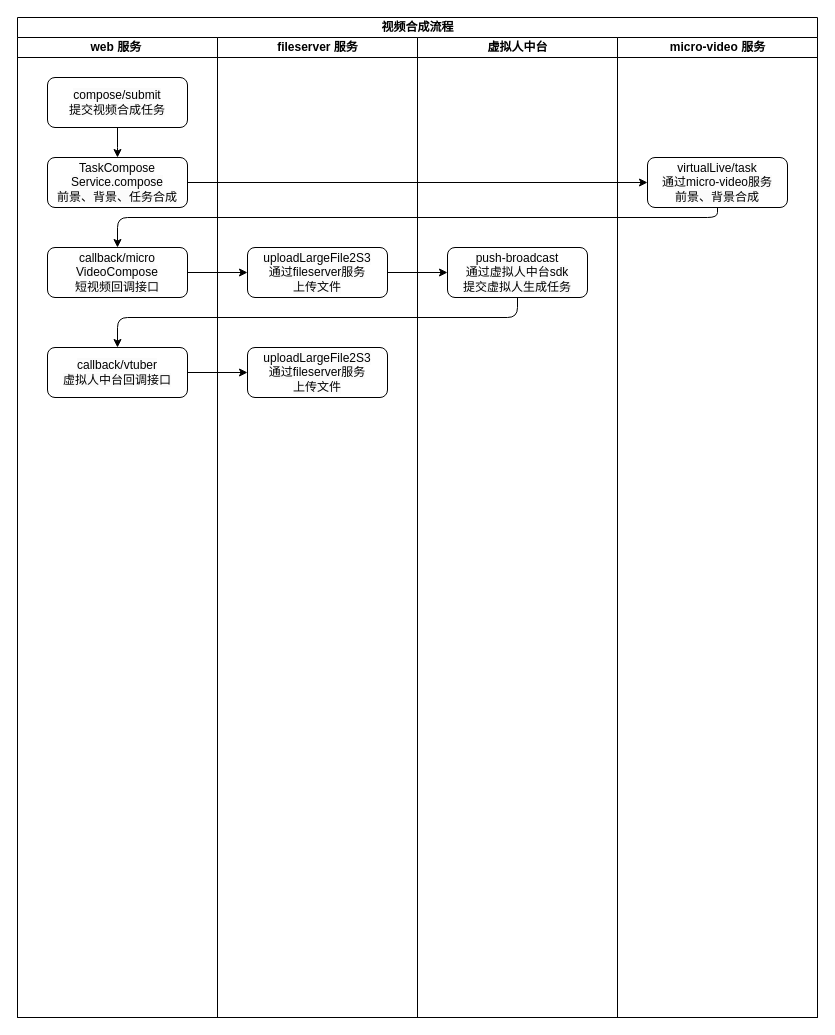
The draw.io diagram 流程1.drawio in govvc/ML_CLASS_FILE, before the edit. Source tidied: cells renumbered, new cells numbered last; positions are measured from the earlier drawing's top-left corner, leaving out a move shared by most shapes. Both pictures are drawn from the tidied source at 100%, with x=0, y=0 at pixel (17, 17).
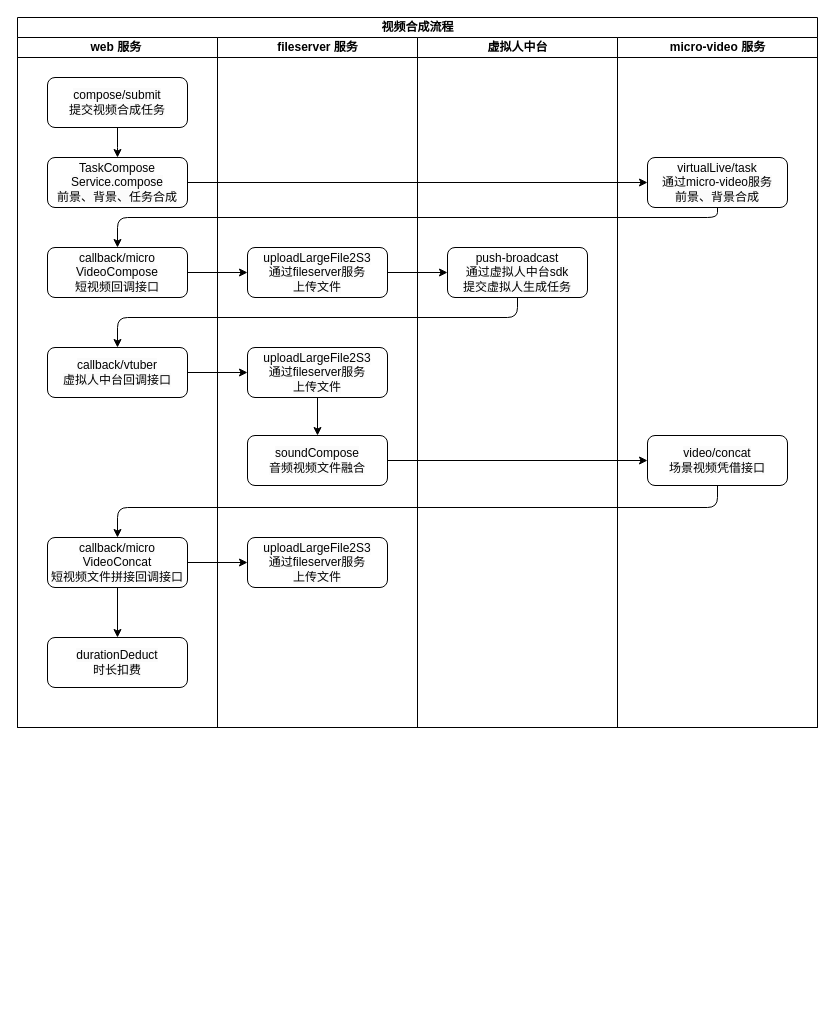
The same page after the edit.

The change refers to these unchanged cells:
```xml
<mxCell id="11" value="&lt;span style=&quot;color: rgb(0, 0, 0); font-family: Helvetica; font-size: 12px; font-style: normal; font-variant-ligatures: normal; font-variant-caps: normal; font-weight: 400; letter-spacing: normal; orphans: 2; text-indent: 0px; text-transform: none; widows: 2; word-spacing: 0px; -webkit-text-stroke-width: 0px; background-color: rgb(251, 251, 251); text-decoration-thickness: initial; text-decoration-style: initial; text-decoration-color: initial; float: none; display: inline !important;&quot;&gt;uploadLargeFile2S3&lt;br style=&quot;border-color: var(--border-color);&quot;&gt;通过fileserver服务&lt;br style=&quot;border-color: var(--border-color);&quot;&gt;上传文件&lt;br&gt;&lt;/span&gt;" style="rounded=1;whiteSpace=wrap;html=1;align=center;" parent="9" vertex="1">
  <mxGeometry x="30" y="310" width="140" height="50" as="geometry" />
</mxCell>
```

Diff of the diagram source:
```diff
@@
     <mxCell id="2" value="视频合成流程" style="swimlane;startSize=20;html=1;" parent="1" vertex="1">
-      <mxGeometry width="800" height="1000" as="geometry" />
+      <mxGeometry width="800" height="710" as="geometry" />
     </mxCell>
     <mxCell id="3" value="web 服务&lt;span style=&quot;white-space: pre;&quot;&gt; &lt;/span&gt;" style="swimlane;startSize=20;html=1;" parent="2" vertex="1">
-      <mxGeometry y="20" width="200" height="980" as="geometry" />
+      <mxGeometry y="20" width="200" height="690" as="geometry" />
     </mxCell>
@@
+    <mxCell id="22" style="edgeStyle=orthogonalEdgeStyle;rounded=0;jettySize=auto;html=1;" parent="3" edge="1" source="23" target="24">
+      <mxGeometry relative="1" as="geometry" />
+    </mxCell>
+    <mxCell id="23" value="&lt;span style=&quot;color: rgb(0, 0, 0); font-family: Helvetica; font-size: 12px; font-style: normal; font-variant-ligatures: normal; font-variant-caps: normal; font-weight: 400; letter-spacing: normal; orphans: 2; text-indent: 0px; text-transform: none; widows: 2; word-spacing: 0px; -webkit-text-stroke-width: 0px; background-color: rgb(251, 251, 251); text-decoration-thickness: initial; text-decoration-style: initial; text-decoration-color: initial; float: none; display: inline !important;&quot;&gt;callback/micro&lt;br&gt;VideoConcat&lt;br&gt;短视频文件拼接回调接口&lt;br&gt;&lt;/span&gt;" style="rounded=1;whiteSpace=wrap;html=1;align=center;" parent="3" vertex="1">
+      <mxGeometry x="30" y="500" width="140" height="50" as="geometry" />
+    </mxCell>
+    <mxCell id="24" value="&lt;span style=&quot;color: rgb(0, 0, 0); font-family: Helvetica; font-size: 12px; font-style: normal; font-variant-ligatures: normal; font-variant-caps: normal; font-weight: 400; letter-spacing: normal; orphans: 2; text-indent: 0px; text-transform: none; widows: 2; word-spacing: 0px; -webkit-text-stroke-width: 0px; background-color: rgb(251, 251, 251); text-decoration-thickness: initial; text-decoration-style: initial; text-decoration-color: initial; float: none; display: inline !important;&quot;&gt;durationDeduct&lt;br&gt;时长扣费&lt;br&gt;&lt;/span&gt;" style="rounded=1;whiteSpace=wrap;html=1;align=center;" parent="3" vertex="1">
+      <mxGeometry x="30" y="600" width="140" height="50" as="geometry" />
+    </mxCell>
     <mxCell id="9" value="fileserver 服务" style="swimlane;startSize=20;html=1;" parent="2" vertex="1">
-      <mxGeometry x="200" y="20" width="200" height="980" as="geometry" />
+      <mxGeometry x="200" y="20" width="200" height="690" as="geometry" />
     </mxCell>
@@
+    <mxCell id="25" style="edgeStyle=orthogonalEdgeStyle;rounded=0;jettySize=auto;html=1;" parent="9" edge="1" source="11" target="26">
+      <mxGeometry relative="1" as="geometry" />
+    </mxCell>
@@
+    <mxCell id="26" value="&lt;span style=&quot;color: rgb(0, 0, 0); font-family: Helvetica; font-size: 12px; font-style: normal; font-variant-ligatures: normal; font-variant-caps: normal; font-weight: 400; letter-spacing: normal; orphans: 2; text-indent: 0px; text-transform: none; widows: 2; word-spacing: 0px; -webkit-text-stroke-width: 0px; background-color: rgb(251, 251, 251); text-decoration-thickness: initial; text-decoration-style: initial; text-decoration-color: initial; float: none; display: inline !important;&quot;&gt;soundCompose&lt;br&gt;音频视频文件融合&lt;br&gt;&lt;/span&gt;" style="rounded=1;whiteSpace=wrap;html=1;align=center;" parent="9" vertex="1">
+      <mxGeometry x="30" y="398" width="140" height="50" as="geometry" />
+    </mxCell>
+    <mxCell id="27" value="&lt;span style=&quot;color: rgb(0, 0, 0); font-family: Helvetica; font-size: 12px; font-style: normal; font-variant-ligatures: normal; font-variant-caps: normal; font-weight: 400; letter-spacing: normal; orphans: 2; text-indent: 0px; text-transform: none; widows: 2; word-spacing: 0px; -webkit-text-stroke-width: 0px; background-color: rgb(251, 251, 251); text-decoration-thickness: initial; text-decoration-style: initial; text-decoration-color: initial; float: none; display: inline !important;&quot;&gt;uploadLargeFile2S3&lt;br style=&quot;border-color: var(--border-color);&quot;&gt;通过fileserver服务&lt;br style=&quot;border-color: var(--border-color);&quot;&gt;上传文件&lt;br&gt;&lt;/span&gt;" style="rounded=1;whiteSpace=wrap;html=1;align=center;" parent="9" vertex="1">
+      <mxGeometry x="30" y="500" width="140" height="50" as="geometry" />
+    </mxCell>
     <mxCell id="12" value="虚拟人中台" style="swimlane;startSize=20;html=1;" parent="2" vertex="1">
-      <mxGeometry x="400" y="20" width="200" height="980" as="geometry" />
+      <mxGeometry x="400" y="20" width="200" height="690" as="geometry" />
     </mxCell>
@@
     <mxCell id="14" value="micro-video 服务" style="swimlane;startSize=20;html=1;" parent="2" vertex="1">
-      <mxGeometry x="600" y="20" width="200" height="980" as="geometry" />
+      <mxGeometry x="600" y="20" width="200" height="690" as="geometry" />
     </mxCell>
@@
+    <mxCell id="28" value="&lt;span style=&quot;color: rgb(0, 0, 0); font-family: Helvetica; font-size: 12px; font-style: normal; font-variant-ligatures: normal; font-variant-caps: normal; font-weight: 400; letter-spacing: normal; orphans: 2; text-indent: 0px; text-transform: none; widows: 2; word-spacing: 0px; -webkit-text-stroke-width: 0px; background-color: rgb(251, 251, 251); text-decoration-thickness: initial; text-decoration-style: initial; text-decoration-color: initial; float: none; display: inline !important;&quot;&gt;video/concat&lt;br&gt;场景视频凭借接口&lt;br&gt;&lt;/span&gt;" style="rounded=1;whiteSpace=wrap;html=1;align=center;" parent="14" vertex="1">
+      <mxGeometry x="30" y="398" width="140" height="50" as="geometry" />
+    </mxCell>
@@
+    <mxCell id="29" style="edgeStyle=orthogonalEdgeStyle;rounded=0;jettySize=auto;html=1;" parent="2" edge="1" source="26" target="28">
+      <mxGeometry relative="1" as="geometry" />
+    </mxCell>
+    <mxCell id="30" style="edgeStyle=orthogonalEdgeStyle;rounded=1;jettySize=auto;html=1;" parent="2" edge="1" source="28" target="23">
+      <mxGeometry relative="1" as="geometry">
+        <Array as="points">
+          <mxPoint x="700" y="490" />
+          <mxPoint x="100" y="490" />
+        </Array>
+      </mxGeometry>
+    </mxCell>
+    <mxCell id="31" style="edgeStyle=orthogonalEdgeStyle;rounded=0;jettySize=auto;html=1;" parent="2" edge="1" source="23" target="27">
+      <mxGeometry relative="1" as="geometry" />
+    </mxCell>
```
